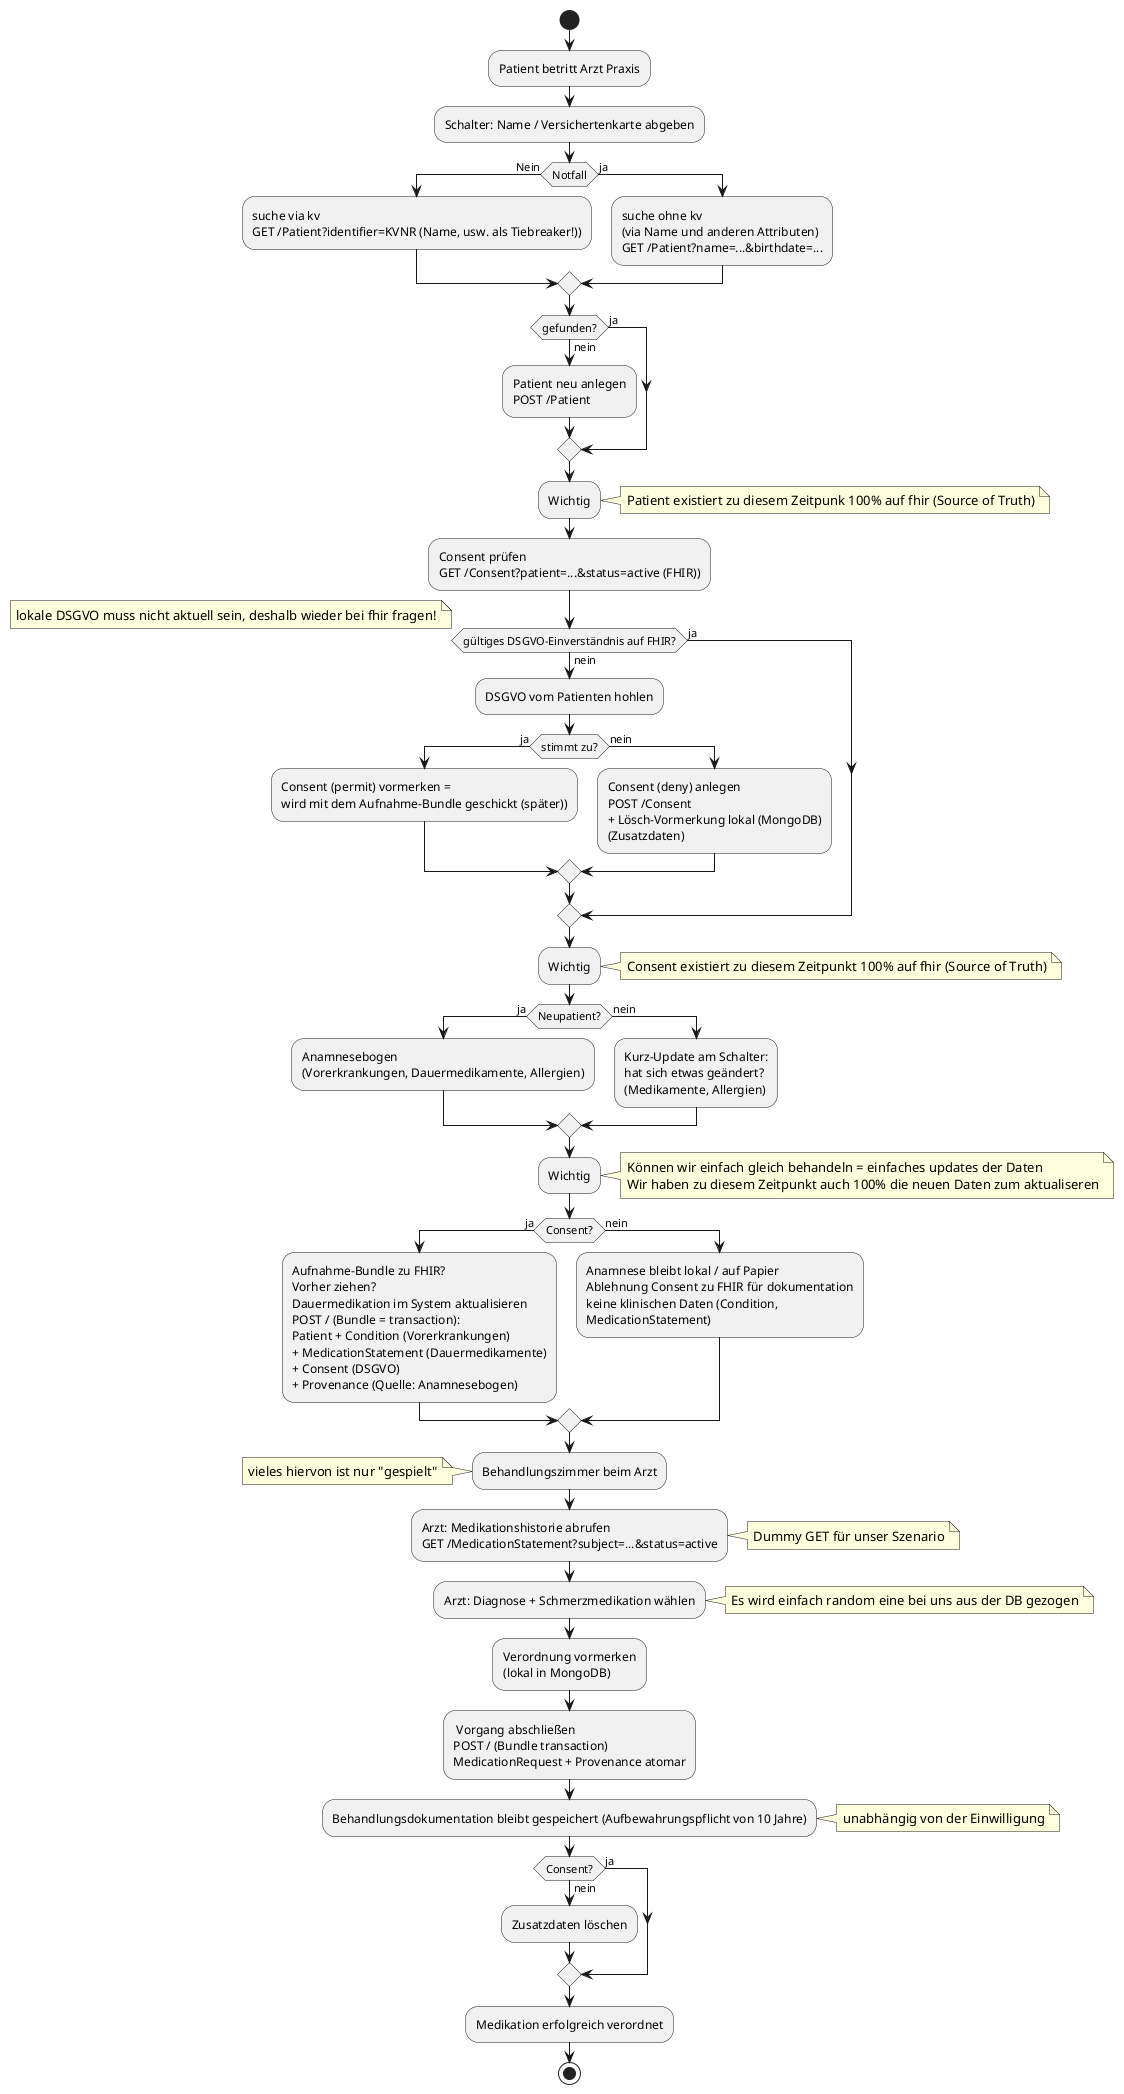
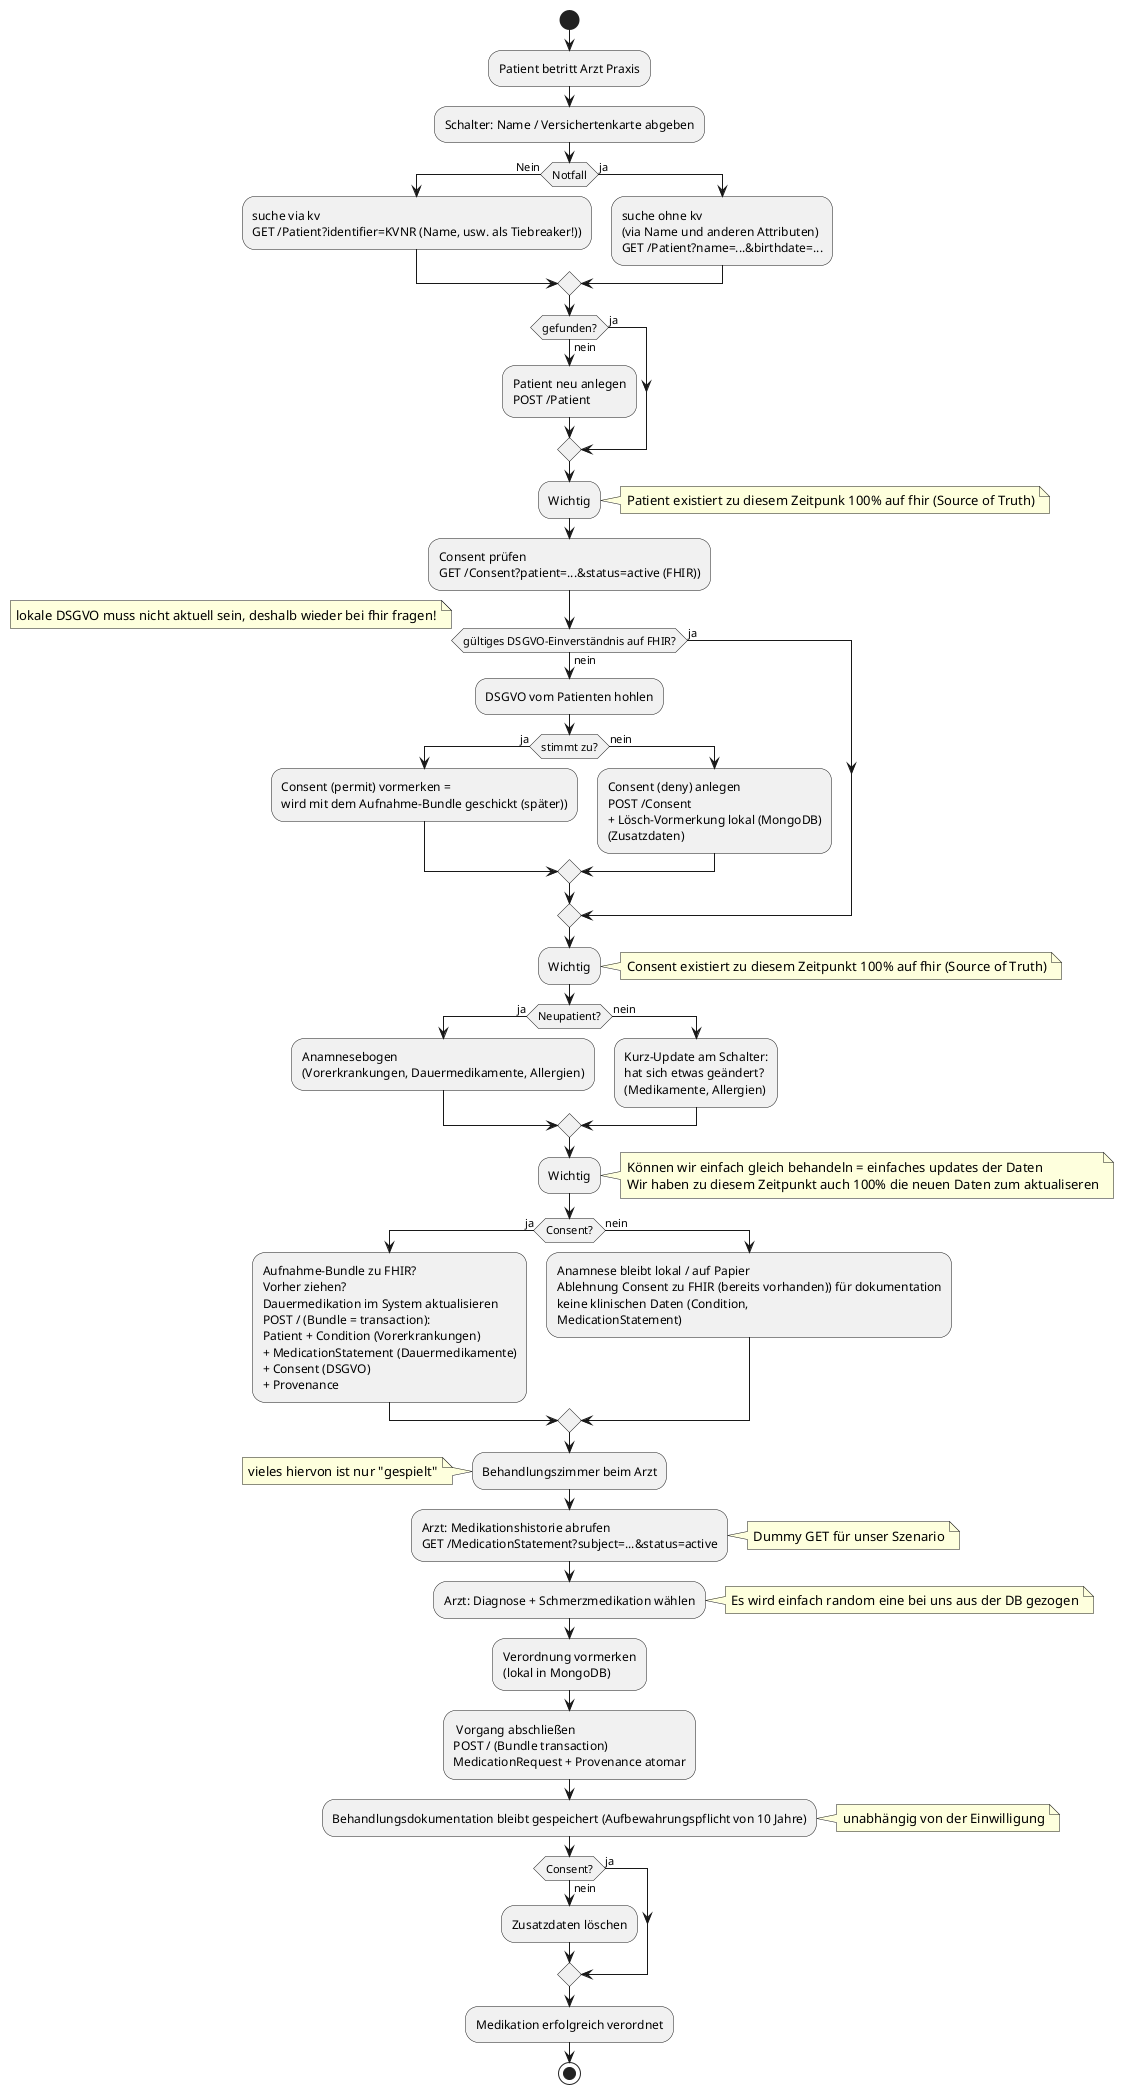
@startuml patientenJourny-realitaet

start
:Patient betritt Arzt Praxis;

:Schalter: Name / Versichertenkarte abgeben;
if(Notfall) then(Nein)
:suche via kv
GET /Patient?identifier=KVNR (Name, usw. als Tiebreaker!));
else(ja)
 :suche ohne kv
 (via Name und anderen Attributen)
 GET /Patient?name=...&birthdate=...;
endif

if (gefunden?) then (ja)
else (nein)
  :Patient neu anlegen
  POST /Patient;
endif
:Wichtig;
 note right
    Patient existiert zu diesem Zeitpunk 100% auf fhir (Source of Truth)
  end note

:Consent prüfen
GET /Consent?patient=...&status=active (FHIR));
if (gültiges DSGVO-Einverständnis auf FHIR?) then (ja)
 note left
   lokale DSGVO muss nicht aktuell sein, deshalb wieder bei fhir fragen!
  end note
else (nein)
  :DSGVO vom Patienten hohlen;
  if (stimmt zu?) then (ja)
    :Consent (permit) vormerken =
    wird mit dem Aufnahme-Bundle geschickt (später));
  else (nein)
    :Consent (deny) anlegen
    POST /Consent
    + Lösch-Vormerkung lokal (MongoDB)
    (Zusatzdaten);
  endif
endif

:Wichtig;
 note right
   Consent existiert zu diesem Zeitpunkt 100% auf fhir (Source of Truth)
  end note

if (Neupatient?) then (ja)
  :Anamnesebogen
  (Vorerkrankungen, Dauermedikamente, Allergien);
else (nein)
  :Kurz-Update am Schalter:
  hat sich etwas geändert?
  (Medikamente, Allergien);
endif

:Wichtig;
 note right
   Können wir einfach gleich behandeln = einfaches updates der Daten
   Wir haben zu diesem Zeitpunkt auch 100% die neuen Daten zum aktualiseren
  end note

if (Consent?) then (ja)
  :Aufnahme-Bundle zu FHIR?
  Vorher ziehen?
  Dauermedikation im System aktualisieren
  POST / (Bundle = transaction):
  Patient + Condition (Vorerkrankungen)
  + MedicationStatement (Dauermedikamente)
  + Consent (DSGVO)
-   + Provenance (Quelle: Anamnesebogen);
+   + Provenance;
else (nein)
  :Anamnese bleibt lokal / auf Papier
-   Ablehnung Consent zu FHIR für dokumentation
+   Ablehnung Consent zu FHIR (bereits vorhanden)) für dokumentation
  keine klinischen Daten (Condition,
  MedicationStatement);
endif

:Behandlungszimmer beim Arzt;
note left
vieles hiervon ist nur "gespielt"
end note
:Arzt: Medikationshistorie abrufen
GET /MedicationStatement?subject=...&status=active;
note right
Dummy GET für unser Szenario
end note
:Arzt: Diagnose + Schmerzmedikation wählen;
note right
Es wird einfach random eine bei uns aus der DB gezogen
end note

:Verordnung vormerken
(lokal in MongoDB);

: Vorgang abschließen
POST / (Bundle transaction)
MedicationRequest + Provenance atomar;

:Behandlungsdokumentation bleibt gespeichert (Aufbewahrungspflicht von 10 Jahre);
note right
unabhängig von der Einwilligung
end note
if (Consent?) then (nein)
  :Zusatzdaten löschen;
else (ja)
endif

:Medikation erfolgreich verordnet;
stop
@enduml
